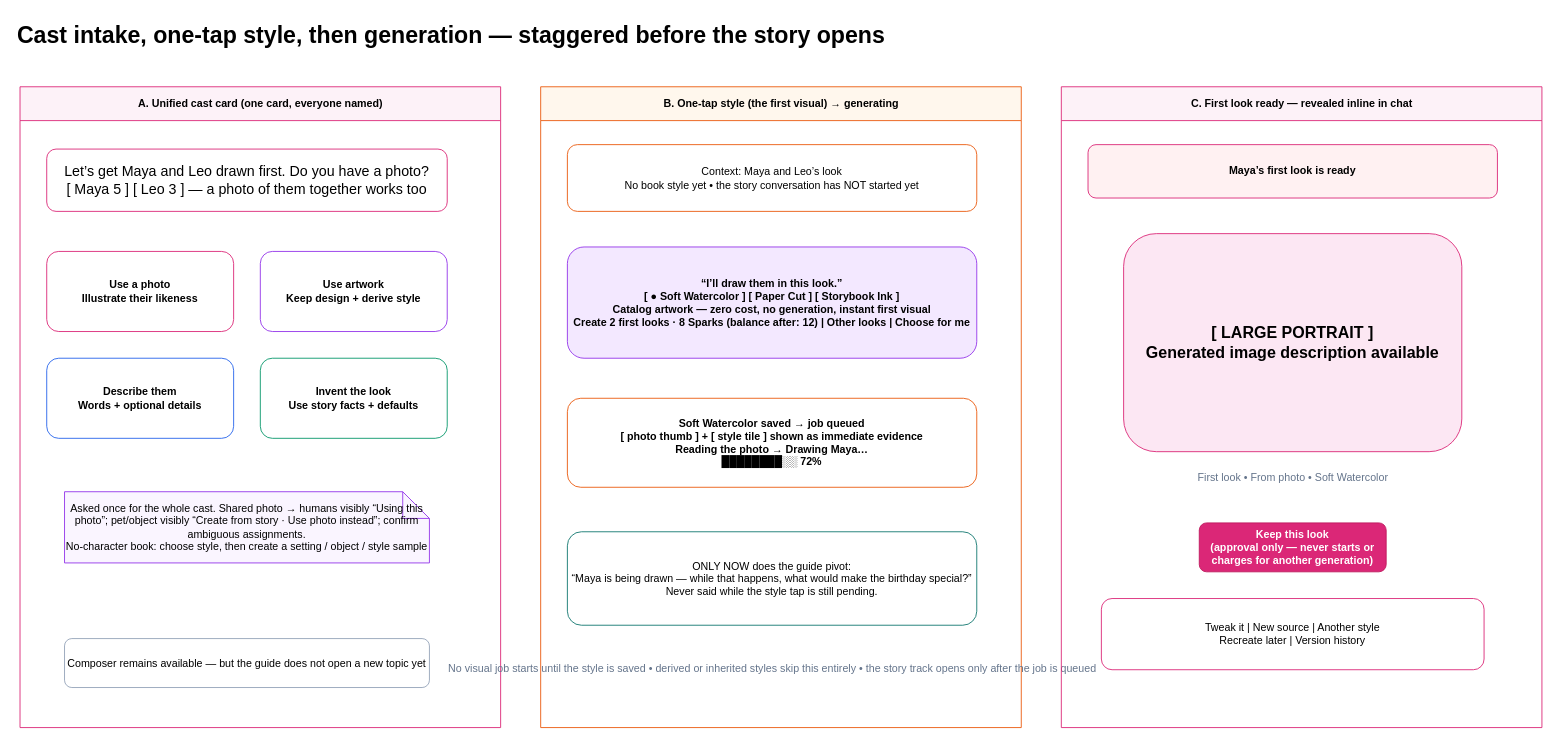
This is page "3. First-look states" (4 of 12) of docs/STUDIO-GUIDE-UI-STATES.drawio from HutzelFutzel/childbooks, a draw.io file, before an edit. Source tidied: cells renumbered, new cells numbered last; positions are measured from the earlier drawing's top-left corner, leaving out a move shared by most shapes. Both pictures are drawn from the tidied source at 89%, with x=0, y=0 at pixel (15, 15).
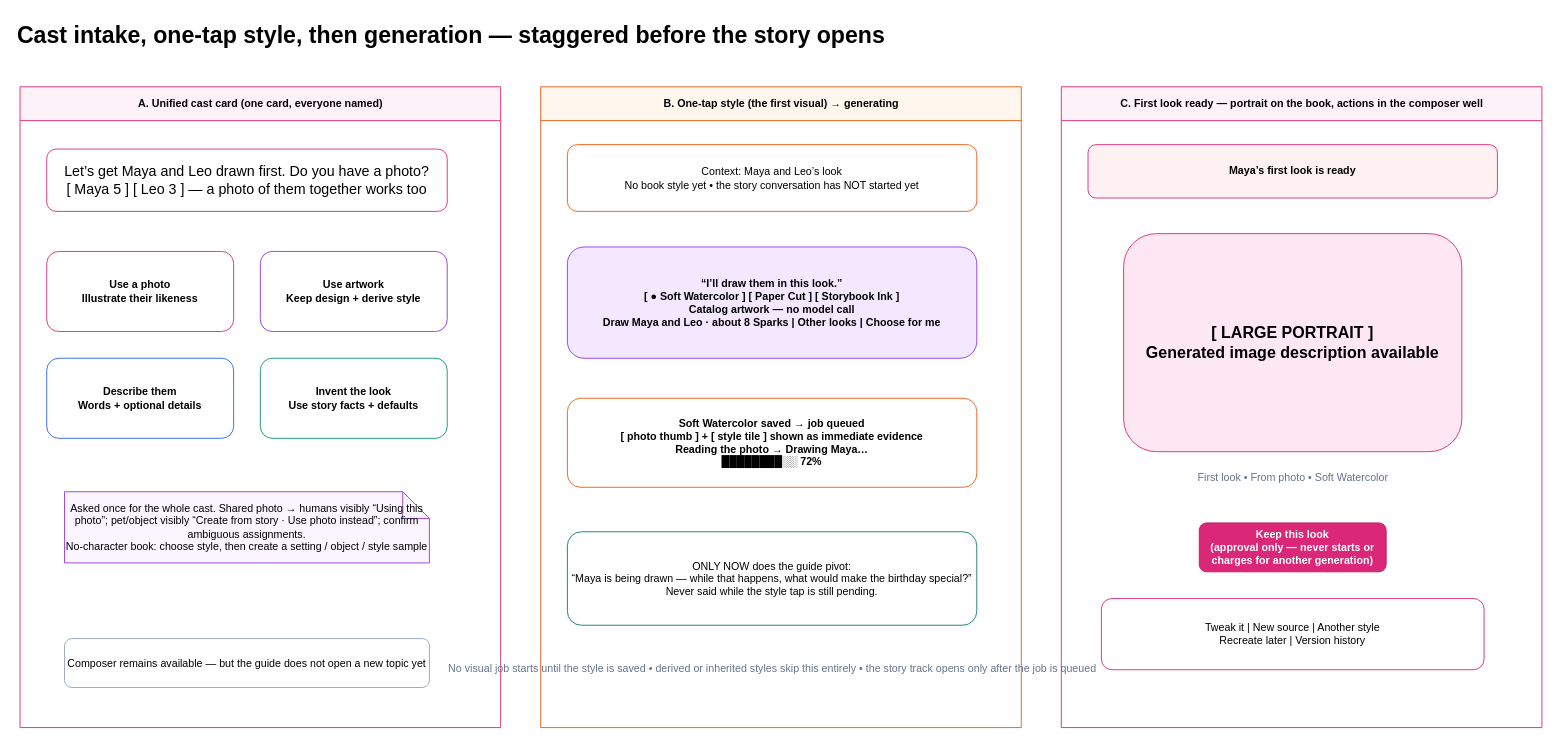
After the change.

Unchanged cells that the change refers to:
```xml
<mxCell id="11" value="B. One-tap style (the first visual) → generating" style="swimlane;html=1;startSize=38;fillColor=#FFF7ED;strokeColor=#EA580C;fontStyle=1;" parent="1" vertex="1">
  <mxGeometry x="590" y="80" width="540" height="720" as="geometry" />
</mxCell>
```

Change to the diagram source:
```diff
@@
-    <mxCell id="13" value="“I’ll draw them in this look.”&#10;[ ● Soft Watercolor ] [ Paper Cut ] [ Storybook Ink ]&#10;Catalog artwork — zero cost, no generation, instant first visual&#10;Create 2 first looks · 8 Sparks (balance after: 12)  |  Other looks  |  Choose for me" style="rounded=1;whiteSpace=wrap;html=1;fillColor=#F3E8FF;strokeColor=#9333EA;fontStyle=1;" parent="11" vertex="1">
+    <mxCell id="13" value="“I’ll draw them in this look.”&#10;[ ● Soft Watercolor ] [ Paper Cut ] [ Storybook Ink ]&#10;Catalog artwork — no model call&#10;Draw Maya and Leo · about 8 Sparks  |  Other looks  |  Choose for me" style="rounded=1;whiteSpace=wrap;html=1;fillColor=#F3E8FF;strokeColor=#9333EA;fontStyle=1;" parent="11" vertex="1">
       <mxGeometry x="30" y="180" width="460" height="125" as="geometry" />
     </mxCell>
@@
-    <mxCell id="17" value="C. First look ready — revealed inline in chat" style="swimlane;html=1;startSize=38;fillColor=#FDF2F8;strokeColor=#DB2777;fontStyle=1;" parent="1" vertex="1">
+    <mxCell id="17" value="C. First look ready — portrait on the book, actions in the composer well" style="swimlane;html=1;startSize=38;fillColor=#FDF2F8;strokeColor=#DB2777;fontStyle=1;" parent="1" vertex="1">
       <mxGeometry x="1175" y="80" width="540" height="720" as="geometry" />
     </mxCell>
```
